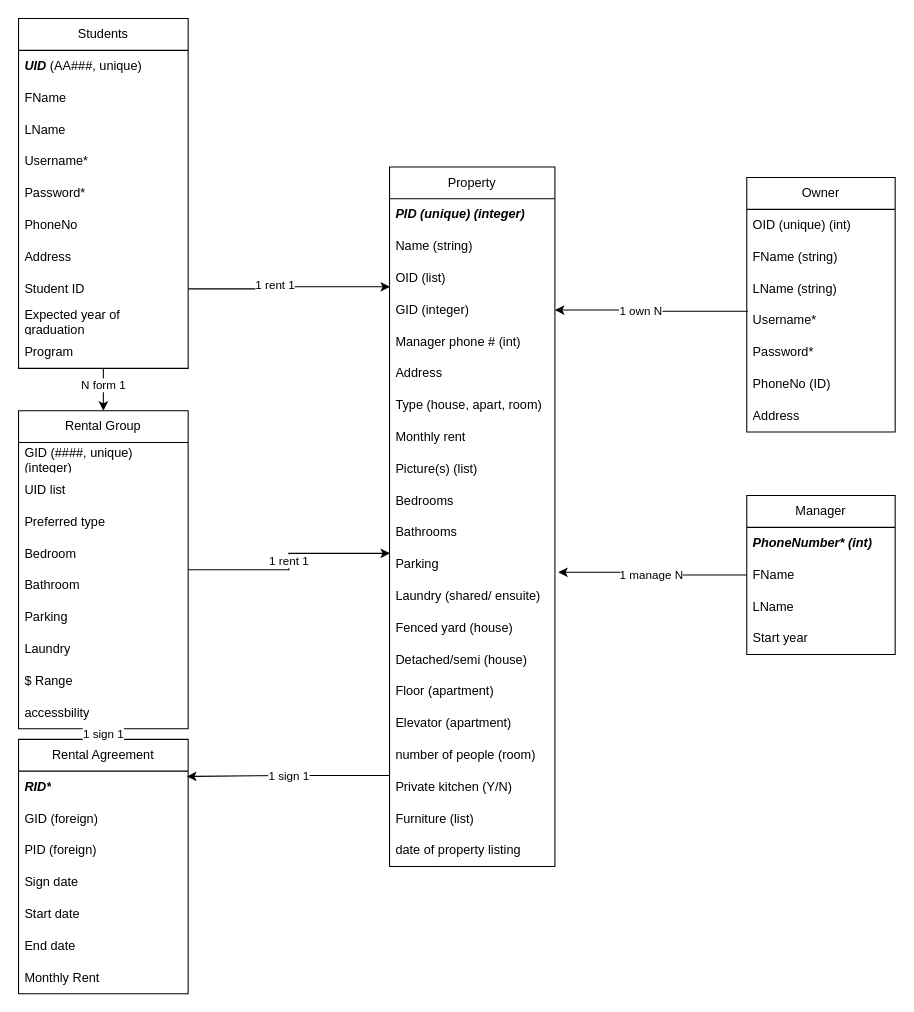
This is ER diagram.drawio from sean-y-liang/City-Housing-Platform, a draw.io file, before an edit. Source tidied: cells renumbered, new cells numbered last; positions are measured from the earlier drawing's top-left corner, leaving out a move shared by most shapes. Both pictures are drawn from the tidied source at 106%, with x=0, y=0 at pixel (18, 18).
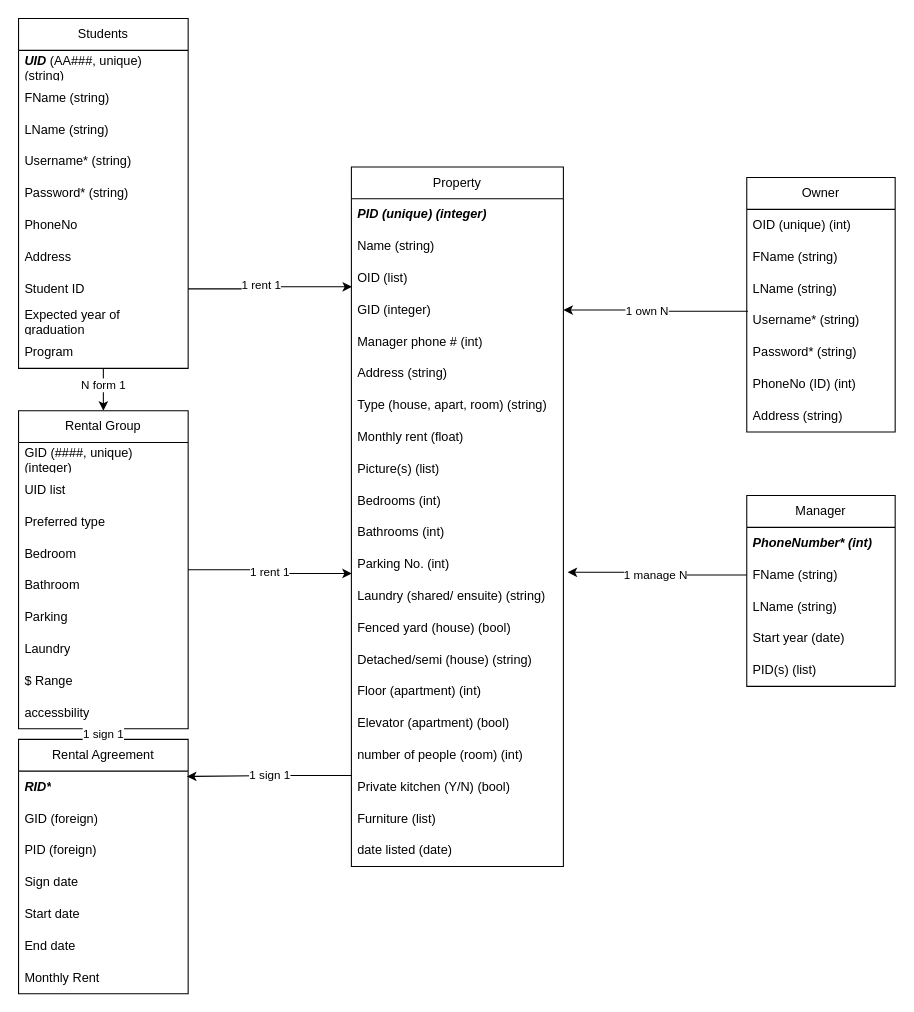
Above is the later version.

Unchanged cells that the change refers to:
```xml
<mxCell id="6" value="Students" style="swimlane;fontStyle=0;horizontal=1;startSize=30;whiteSpace=wrap;html=1;" parent="1" vertex="1">
  <mxGeometry width="160" height="330" as="geometry" />
</mxCell>
<mxCell id="39" value="Rental Group" style="swimlane;fontStyle=0;horizontal=1;startSize=30;whiteSpace=wrap;html=1;" parent="1" vertex="1">
  <mxGeometry y="370" width="160" height="300" as="geometry" />
</mxCell>
<mxCell id="68" value="Owner" style="swimlane;fontStyle=0;horizontal=1;startSize=30;whiteSpace=wrap;html=1;" parent="1" vertex="1">
  <mxGeometry x="687" y="150" width="140" height="240" as="geometry" />
</mxCell>
```

Diff of the diagram source:
```diff
@@
-    <mxCell id="7" value="&lt;i&gt;&lt;b&gt;UID&lt;/b&gt;&lt;/i&gt; (AA###, unique)" style="text;strokeColor=none;fillColor=none;align=left;verticalAlign=middle;spacingLeft=4;spacingRight=4;overflow=hidden;whiteSpace=wrap;html=1;" parent="6" vertex="1">
+    <mxCell id="7" value="&lt;i&gt;&lt;b&gt;UID&lt;/b&gt;&lt;/i&gt; (AA###, unique) (string)" style="text;strokeColor=none;fillColor=none;align=left;verticalAlign=middle;spacingLeft=4;spacingRight=4;overflow=hidden;whiteSpace=wrap;html=1;" parent="6" vertex="1">
       <mxGeometry y="30" width="160" height="30" as="geometry" />
     </mxCell>
-    <mxCell id="8" value="FName" style="text;strokeColor=none;fillColor=none;align=left;verticalAlign=middle;spacingLeft=4;spacingRight=4;overflow=hidden;whiteSpace=wrap;html=1;" parent="6" vertex="1">
+    <mxCell id="8" value="FName (string)" style="text;strokeColor=none;fillColor=none;align=left;verticalAlign=middle;spacingLeft=4;spacingRight=4;overflow=hidden;whiteSpace=wrap;html=1;" parent="6" vertex="1">
       <mxGeometry y="60" width="160" height="30" as="geometry" />
     </mxCell>
-    <mxCell id="9" value="LName" style="text;strokeColor=none;fillColor=none;align=left;verticalAlign=middle;spacingLeft=4;spacingRight=4;overflow=hidden;whiteSpace=wrap;html=1;" parent="6" vertex="1">
+    <mxCell id="9" value="LName (string)" style="text;strokeColor=none;fillColor=none;align=left;verticalAlign=middle;spacingLeft=4;spacingRight=4;overflow=hidden;whiteSpace=wrap;html=1;" parent="6" vertex="1">
       <mxGeometry y="90" width="160" height="30" as="geometry" />
     </mxCell>
-    <mxCell id="10" value="Username*" style="text;strokeColor=none;fillColor=none;align=left;verticalAlign=middle;spacingLeft=4;spacingRight=4;overflow=hidden;whiteSpace=wrap;html=1;" parent="6" vertex="1">
+    <mxCell id="10" value="Username* (string)" style="text;strokeColor=none;fillColor=none;align=left;verticalAlign=middle;spacingLeft=4;spacingRight=4;overflow=hidden;whiteSpace=wrap;html=1;" parent="6" vertex="1">
       <mxGeometry y="120" width="160" height="30" as="geometry" />
     </mxCell>
-    <mxCell id="11" value="Password*" style="text;strokeColor=none;fillColor=none;align=left;verticalAlign=middle;spacingLeft=4;spacingRight=4;overflow=hidden;whiteSpace=wrap;html=1;" parent="6" vertex="1">
+    <mxCell id="11" value="Password* (string)" style="text;strokeColor=none;fillColor=none;align=left;verticalAlign=middle;spacingLeft=4;spacingRight=4;overflow=hidden;whiteSpace=wrap;html=1;" parent="6" vertex="1">
       <mxGeometry y="150" width="160" height="30" as="geometry" />
     </mxCell>
@@
     <mxCell id="17" value="Property" style="swimlane;fontStyle=0;horizontal=1;startSize=30;whiteSpace=wrap;html=1;" parent="1" vertex="1">
-      <mxGeometry x="350" y="140" width="156" height="660" as="geometry" />
+      <mxGeometry x="314" y="140" width="200" height="660" as="geometry" />
     </mxCell>
     <mxCell id="18" value="&lt;b&gt;&lt;i&gt;PID (unique) (integer)&lt;/i&gt;&lt;/b&gt;" style="text;strokeColor=none;fillColor=none;align=left;verticalAlign=middle;spacingLeft=4;spacingRight=4;overflow=hidden;whiteSpace=wrap;html=1;" parent="17" vertex="1">
-      <mxGeometry y="30" width="156" height="30" as="geometry" />
+      <mxGeometry y="30" width="200" height="30" as="geometry" />
     </mxCell>
     <mxCell id="19" value="Name (string)" style="text;strokeColor=none;fillColor=none;align=left;verticalAlign=middle;spacingLeft=4;spacingRight=4;overflow=hidden;whiteSpace=wrap;html=1;" parent="17" vertex="1">
-      <mxGeometry y="60" width="156" height="30" as="geometry" />
+      <mxGeometry y="60" width="200" height="30" as="geometry" />
     </mxCell>
     <mxCell id="20" value="OID (list)" style="text;strokeColor=none;fillColor=none;align=left;verticalAlign=middle;spacingLeft=4;spacingRight=4;overflow=hidden;points=[[0,0.5],[1,0.5]];portConstraint=eastwest;whiteSpace=wrap;html=1;" parent="17" vertex="1">
-      <mxGeometry y="90" width="156" height="30" as="geometry" />
+      <mxGeometry y="90" width="200" height="30" as="geometry" />
     </mxCell>
     <mxCell id="21" value="GID (integer)" style="text;strokeColor=none;fillColor=none;align=left;verticalAlign=middle;spacingLeft=4;spacingRight=4;overflow=hidden;points=[[0,0.5],[1,0.5]];portConstraint=eastwest;whiteSpace=wrap;html=1;" parent="17" vertex="1">
-      <mxGeometry y="120" width="156" height="30" as="geometry" />
+      <mxGeometry y="120" width="200" height="30" as="geometry" />
     </mxCell>
     <mxCell id="22" value="Manager phone # (int)" style="text;strokeColor=none;fillColor=none;align=left;verticalAlign=middle;spacingLeft=4;spacingRight=4;overflow=hidden;whiteSpace=wrap;html=1;" parent="17" vertex="1">
-      <mxGeometry y="150" width="156" height="30" as="geometry" />
+      <mxGeometry y="150" width="200" height="30" as="geometry" />
     </mxCell>
-    <mxCell id="23" value="Address" style="text;strokeColor=none;fillColor=none;align=left;verticalAlign=middle;spacingLeft=4;spacingRight=4;overflow=hidden;whiteSpace=wrap;html=1;" parent="17" vertex="1">
-      <mxGeometry y="180" width="156" height="30" as="geometry" />
+    <mxCell id="23" value="Address (string)" style="text;strokeColor=none;fillColor=none;align=left;verticalAlign=middle;spacingLeft=4;spacingRight=4;overflow=hidden;whiteSpace=wrap;html=1;" parent="17" vertex="1">
+      <mxGeometry y="180" width="200" height="30" as="geometry" />
     </mxCell>
-    <mxCell id="24" value="Type (house, apart, room)" style="text;strokeColor=none;fillColor=none;align=left;verticalAlign=middle;spacingLeft=4;spacingRight=4;overflow=hidden;whiteSpace=wrap;html=1;" parent="17" vertex="1">
-      <mxGeometry y="210" width="156" height="30" as="geometry" />
+    <mxCell id="24" value="Type (house, apart, room) (string)" style="text;strokeColor=none;fillColor=none;align=left;verticalAlign=middle;spacingLeft=4;spacingRight=4;overflow=hidden;whiteSpace=wrap;html=1;" parent="17" vertex="1">
+      <mxGeometry y="210" width="200" height="30" as="geometry" />
     </mxCell>
-    <mxCell id="25" value="Monthly rent" style="text;strokeColor=none;fillColor=none;align=left;verticalAlign=middle;spacingLeft=4;spacingRight=4;overflow=hidden;whiteSpace=wrap;html=1;" parent="17" vertex="1">
-      <mxGeometry y="240" width="156" height="30" as="geometry" />
+    <mxCell id="25" value="Monthly rent (float)" style="text;strokeColor=none;fillColor=none;align=left;verticalAlign=middle;spacingLeft=4;spacingRight=4;overflow=hidden;whiteSpace=wrap;html=1;" parent="17" vertex="1">
+      <mxGeometry y="240" width="200" height="30" as="geometry" />
     </mxCell>
     <mxCell id="26" value="Picture(s) (list)" style="text;strokeColor=none;fillColor=none;align=left;verticalAlign=middle;spacingLeft=4;spacingRight=4;overflow=hidden;whiteSpace=wrap;html=1;" parent="17" vertex="1">
-      <mxGeometry y="270" width="156" height="30" as="geometry" />
+      <mxGeometry y="270" width="200" height="30" as="geometry" />
     </mxCell>
-    <mxCell id="27" value="Bedrooms" style="text;strokeColor=none;fillColor=none;align=left;verticalAlign=middle;spacingLeft=4;spacingRight=4;overflow=hidden;whiteSpace=wrap;html=1;" parent="17" vertex="1">
-      <mxGeometry y="300" width="156" height="30" as="geometry" />
+    <mxCell id="27" value="Bedrooms (int)" style="text;strokeColor=none;fillColor=none;align=left;verticalAlign=middle;spacingLeft=4;spacingRight=4;overflow=hidden;whiteSpace=wrap;html=1;" parent="17" vertex="1">
+      <mxGeometry y="300" width="200" height="30" as="geometry" />
     </mxCell>
-    <mxCell id="28" value="Bathrooms" style="text;strokeColor=none;fillColor=none;align=left;verticalAlign=middle;spacingLeft=4;spacingRight=4;overflow=hidden;whiteSpace=wrap;html=1;" parent="17" vertex="1">
-      <mxGeometry y="330" width="156" height="30" as="geometry" />
+    <mxCell id="28" value="Bathrooms (int)" style="text;strokeColor=none;fillColor=none;align=left;verticalAlign=middle;spacingLeft=4;spacingRight=4;overflow=hidden;whiteSpace=wrap;html=1;" parent="17" vertex="1">
+      <mxGeometry y="330" width="200" height="30" as="geometry" />
     </mxCell>
-    <mxCell id="29" value="Parking" style="text;strokeColor=none;fillColor=none;align=left;verticalAlign=middle;spacingLeft=4;spacingRight=4;overflow=hidden;points=[[0,0.5],[1,0.5]];portConstraint=eastwest;whiteSpace=wrap;html=1;" parent="17" vertex="1">
-      <mxGeometry y="360" width="156" height="30" as="geometry" />
+    <mxCell id="29" value="Parking No. (int)" style="text;strokeColor=none;fillColor=none;align=left;verticalAlign=middle;spacingLeft=4;spacingRight=4;overflow=hidden;points=[[0,0.5],[1,0.5]];portConstraint=eastwest;whiteSpace=wrap;html=1;" parent="17" vertex="1">
+      <mxGeometry y="360" width="200" height="30" as="geometry" />
     </mxCell>
-    <mxCell id="30" value="Laundry (shared/ ensuite)" style="text;strokeColor=none;fillColor=none;align=left;verticalAlign=middle;spacingLeft=4;spacingRight=4;overflow=hidden;whiteSpace=wrap;html=1;" parent="17" vertex="1">
-      <mxGeometry y="390" width="156" height="30" as="geometry" />
+    <mxCell id="30" value="Laundry (shared/ ensuite) (string)" style="text;strokeColor=none;fillColor=none;align=left;verticalAlign=middle;spacingLeft=4;spacingRight=4;overflow=hidden;whiteSpace=wrap;html=1;" parent="17" vertex="1">
+      <mxGeometry y="390" width="200" height="30" as="geometry" />
     </mxCell>
-    <mxCell id="31" value="Fenced yard (house)" style="text;strokeColor=none;fillColor=none;align=left;verticalAlign=middle;spacingLeft=4;spacingRight=4;overflow=hidden;whiteSpace=wrap;html=1;" parent="17" vertex="1">
-      <mxGeometry y="420" width="156" height="30" as="geometry" />
+    <mxCell id="31" value="Fenced yard (house) (bool)" style="text;strokeColor=none;fillColor=none;align=left;verticalAlign=middle;spacingLeft=4;spacingRight=4;overflow=hidden;whiteSpace=wrap;html=1;" parent="17" vertex="1">
+      <mxGeometry y="420" width="200" height="30" as="geometry" />
     </mxCell>
-    <mxCell id="32" value="Detached/semi (house)" style="text;strokeColor=none;fillColor=none;align=left;verticalAlign=middle;spacingLeft=4;spacingRight=4;overflow=hidden;whiteSpace=wrap;html=1;" parent="17" vertex="1">
-      <mxGeometry y="450" width="156" height="30" as="geometry" />
+    <mxCell id="32" value="Detached/semi (house) (string)" style="text;strokeColor=none;fillColor=none;align=left;verticalAlign=middle;spacingLeft=4;spacingRight=4;overflow=hidden;whiteSpace=wrap;html=1;" parent="17" vertex="1">
+      <mxGeometry y="450" width="200" height="30" as="geometry" />
     </mxCell>
-    <mxCell id="33" value="Floor (apartment)" style="text;strokeColor=none;fillColor=none;align=left;verticalAlign=middle;spacingLeft=4;spacingRight=4;overflow=hidden;whiteSpace=wrap;html=1;" parent="17" vertex="1">
-      <mxGeometry y="480" width="156" height="30" as="geometry" />
+    <mxCell id="33" value="Floor (apartment) (int)" style="text;strokeColor=none;fillColor=none;align=left;verticalAlign=middle;spacingLeft=4;spacingRight=4;overflow=hidden;whiteSpace=wrap;html=1;" parent="17" vertex="1">
+      <mxGeometry y="480" width="200" height="30" as="geometry" />
     </mxCell>
-    <mxCell id="34" value="Elevator (apartment)" style="text;strokeColor=none;fillColor=none;align=left;verticalAlign=middle;spacingLeft=4;spacingRight=4;overflow=hidden;whiteSpace=wrap;html=1;" parent="17" vertex="1">
-      <mxGeometry y="510" width="156" height="30" as="geometry" />
+    <mxCell id="34" value="Elevator (apartment) (bool)" style="text;strokeColor=none;fillColor=none;align=left;verticalAlign=middle;spacingLeft=4;spacingRight=4;overflow=hidden;whiteSpace=wrap;html=1;" parent="17" vertex="1">
+      <mxGeometry y="510" width="200" height="30" as="geometry" />
     </mxCell>
-    <mxCell id="35" value="number of people (room)" style="text;strokeColor=none;fillColor=none;align=left;verticalAlign=middle;spacingLeft=4;spacingRight=4;overflow=hidden;points=[[0,0.5],[1,0.5]];portConstraint=eastwest;whiteSpace=wrap;html=1;" parent="17" vertex="1">
-      <mxGeometry y="540" width="156" height="30" as="geometry" />
+    <mxCell id="35" value="number of people (room) (int)" style="text;strokeColor=none;fillColor=none;align=left;verticalAlign=middle;spacingLeft=4;spacingRight=4;overflow=hidden;points=[[0,0.5],[1,0.5]];portConstraint=eastwest;whiteSpace=wrap;html=1;" parent="17" vertex="1">
+      <mxGeometry y="540" width="200" height="30" as="geometry" />
     </mxCell>
-    <mxCell id="36" value="Private kitchen (Y/N)" style="text;strokeColor=none;fillColor=none;align=left;verticalAlign=middle;spacingLeft=4;spacingRight=4;overflow=hidden;whiteSpace=wrap;html=1;" parent="17" vertex="1">
-      <mxGeometry y="570" width="156" height="30" as="geometry" />
+    <mxCell id="36" value="Private kitchen (Y/N) (bool)" style="text;strokeColor=none;fillColor=none;align=left;verticalAlign=middle;spacingLeft=4;spacingRight=4;overflow=hidden;whiteSpace=wrap;html=1;" parent="17" vertex="1">
+      <mxGeometry y="570" width="200" height="30" as="geometry" />
     </mxCell>
     <mxCell id="37" value="&lt;div&gt;Furniture (list)&lt;/div&gt;" style="text;strokeColor=none;fillColor=none;align=left;verticalAlign=middle;spacingLeft=4;spacingRight=4;overflow=hidden;whiteSpace=wrap;html=1;" parent="17" vertex="1">
-      <mxGeometry y="600" width="156" height="30" as="geometry" />
+      <mxGeometry y="600" width="200" height="30" as="geometry" />
     </mxCell>
-    <mxCell id="38" value="date of property listing" style="text;strokeColor=none;fillColor=none;align=left;verticalAlign=middle;spacingLeft=4;spacingRight=4;overflow=hidden;whiteSpace=wrap;html=1;" parent="17" vertex="1">
-      <mxGeometry y="630" width="156" height="30" as="geometry" />
+    <mxCell id="38" value="date listed (date)" style="text;strokeColor=none;fillColor=none;align=left;verticalAlign=middle;spacingLeft=4;spacingRight=4;overflow=hidden;whiteSpace=wrap;html=1;" parent="17" vertex="1">
+      <mxGeometry y="630" width="200" height="30" as="geometry" />
     </mxCell>
@@
-    <mxCell id="49" value="1 rent 1" style="edgeStyle=orthogonalEdgeStyle;rounded=0;jettySize=auto;html=1;entryX=0.003;entryY=0.151;entryDx=0;entryDy=0;entryPerimeter=0;" parent="1" edge="1" source="39" target="29">
+    <mxCell id="49" value="1 rent 1" style="edgeStyle=orthogonalEdgeStyle;rounded=0;jettySize=auto;html=1;entryX=0.002;entryY=0.783;entryDx=0;entryDy=0;entryPerimeter=0;" parent="1" edge="1" source="39" target="29">
       <mxGeometry relative="1" as="geometry" />
     </mxCell>
     <mxCell id="50" value="Manager" style="swimlane;fontStyle=0;horizontal=1;startSize=30;whiteSpace=wrap;html=1;" parent="1" vertex="1">
-      <mxGeometry x="687" y="450" width="140" height="150" as="geometry" />
+      <mxGeometry x="687" y="450" width="140" height="180" as="geometry" />
     </mxCell>
@@
-    <mxCell id="52" value="FName" style="text;strokeColor=none;fillColor=none;align=left;verticalAlign=middle;spacingLeft=4;spacingRight=4;overflow=hidden;points=[[0,0.5],[1,0.5]];portConstraint=eastwest;whiteSpace=wrap;html=1;" parent="50" vertex="1">
+    <mxCell id="52" value="FName (string)" style="text;strokeColor=none;fillColor=none;align=left;verticalAlign=middle;spacingLeft=4;spacingRight=4;overflow=hidden;points=[[0,0.5],[1,0.5]];portConstraint=eastwest;whiteSpace=wrap;html=1;" parent="50" vertex="1">
       <mxGeometry y="60" width="140" height="30" as="geometry" />
     </mxCell>
-    <mxCell id="53" value="LName" style="text;strokeColor=none;fillColor=none;align=left;verticalAlign=middle;spacingLeft=4;spacingRight=4;overflow=hidden;whiteSpace=wrap;html=1;" parent="50" vertex="1">
+    <mxCell id="53" value="LName (string)" style="text;strokeColor=none;fillColor=none;align=left;verticalAlign=middle;spacingLeft=4;spacingRight=4;overflow=hidden;whiteSpace=wrap;html=1;" parent="50" vertex="1">
       <mxGeometry y="90" width="140" height="30" as="geometry" />
     </mxCell>
-    <mxCell id="54" value="Start year" style="text;strokeColor=none;fillColor=none;align=left;verticalAlign=middle;spacingLeft=4;spacingRight=4;overflow=hidden;whiteSpace=wrap;html=1;" parent="50" vertex="1">
+    <mxCell id="54" value="Start year (date)" style="text;strokeColor=none;fillColor=none;align=left;verticalAlign=middle;spacingLeft=4;spacingRight=4;overflow=hidden;whiteSpace=wrap;html=1;" parent="50" vertex="1">
       <mxGeometry y="120" width="140" height="30" as="geometry" />
     </mxCell>
+    <mxCell id="76" value="PID(s) (list)" style="text;strokeColor=none;fillColor=none;align=left;verticalAlign=middle;spacingLeft=4;spacingRight=4;overflow=hidden;whiteSpace=wrap;html=1;" parent="50" vertex="1">
+      <mxGeometry y="150" width="140" height="30" as="geometry" />
+    </mxCell>
@@
-    <mxCell id="72" value="Username*" style="text;strokeColor=none;fillColor=none;align=left;verticalAlign=middle;spacingLeft=4;spacingRight=4;overflow=hidden;points=[[0,0.5],[1,0.5]];portConstraint=eastwest;whiteSpace=wrap;html=1;" parent="68" vertex="1">
+    <mxCell id="72" value="Username* (string)" style="text;strokeColor=none;fillColor=none;align=left;verticalAlign=middle;spacingLeft=4;spacingRight=4;overflow=hidden;points=[[0,0.5],[1,0.5]];portConstraint=eastwest;whiteSpace=wrap;html=1;" parent="68" vertex="1">
       <mxGeometry y="120" width="140" height="30" as="geometry" />
     </mxCell>
-    <mxCell id="73" value="Password*" style="text;strokeColor=none;fillColor=none;align=left;verticalAlign=middle;spacingLeft=4;spacingRight=4;overflow=hidden;whiteSpace=wrap;html=1;" parent="68" vertex="1">
+    <mxCell id="73" value="Password* (string)" style="text;strokeColor=none;fillColor=none;align=left;verticalAlign=middle;spacingLeft=4;spacingRight=4;overflow=hidden;whiteSpace=wrap;html=1;" parent="68" vertex="1">
       <mxGeometry y="150" width="140" height="30" as="geometry" />
     </mxCell>
-    <mxCell id="74" value="&lt;div&gt;PhoneNo (ID)&lt;br&gt;&lt;/div&gt;" style="text;strokeColor=none;fillColor=none;align=left;verticalAlign=middle;spacingLeft=4;spacingRight=4;overflow=hidden;whiteSpace=wrap;html=1;" parent="68" vertex="1">
+    <mxCell id="74" value="&lt;div&gt;PhoneNo (ID) (int)&lt;/div&gt;" style="text;strokeColor=none;fillColor=none;align=left;verticalAlign=middle;spacingLeft=4;spacingRight=4;overflow=hidden;whiteSpace=wrap;html=1;" parent="68" vertex="1">
       <mxGeometry y="180" width="140" height="30" as="geometry" />
     </mxCell>
-    <mxCell id="75" value="Address" style="text;strokeColor=none;fillColor=none;align=left;verticalAlign=middle;spacingLeft=4;spacingRight=4;overflow=hidden;whiteSpace=wrap;html=1;" parent="68" vertex="1">
+    <mxCell id="75" value="Address (string)" style="text;strokeColor=none;fillColor=none;align=left;verticalAlign=middle;spacingLeft=4;spacingRight=4;overflow=hidden;whiteSpace=wrap;html=1;" parent="68" vertex="1">
       <mxGeometry y="210" width="140" height="30" as="geometry" />
     </mxCell>
```
